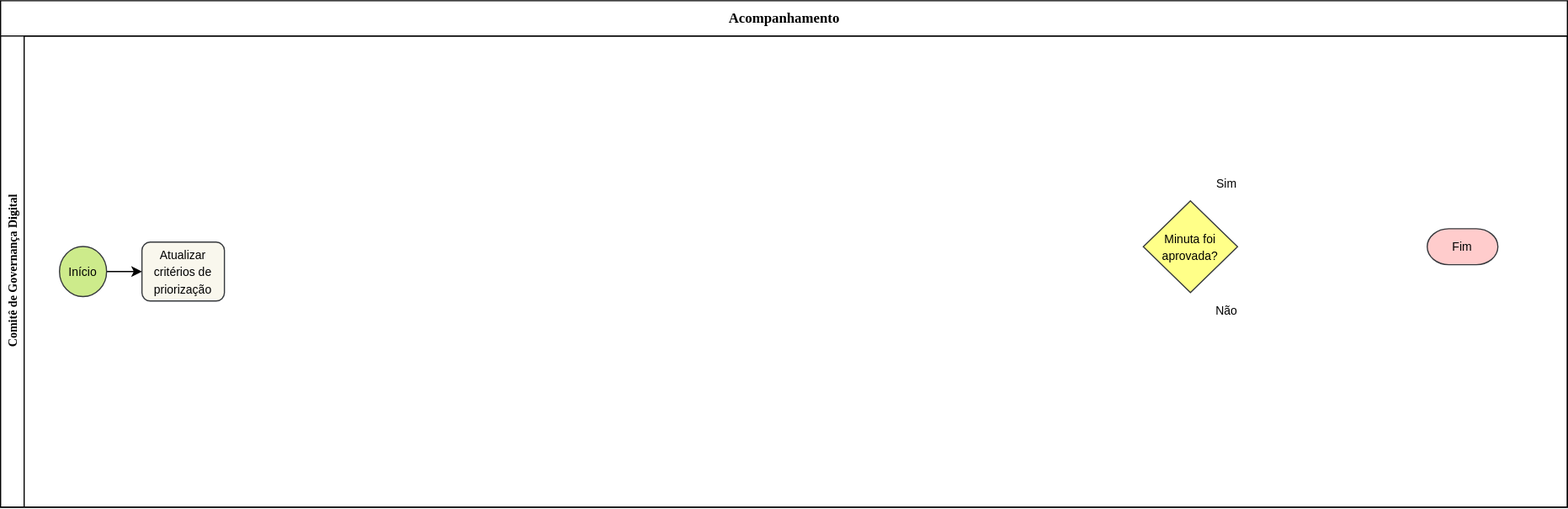
Before: fluxo_acompanhamento.drawio.svg, a diagram exported from draw.io (Bariand/diagramas-gestao-ufpel). Source tidied: cells renumbered, new cells last; positions are measured from the earlier drawing's top-left corner, leaving out a move shared by most shapes.
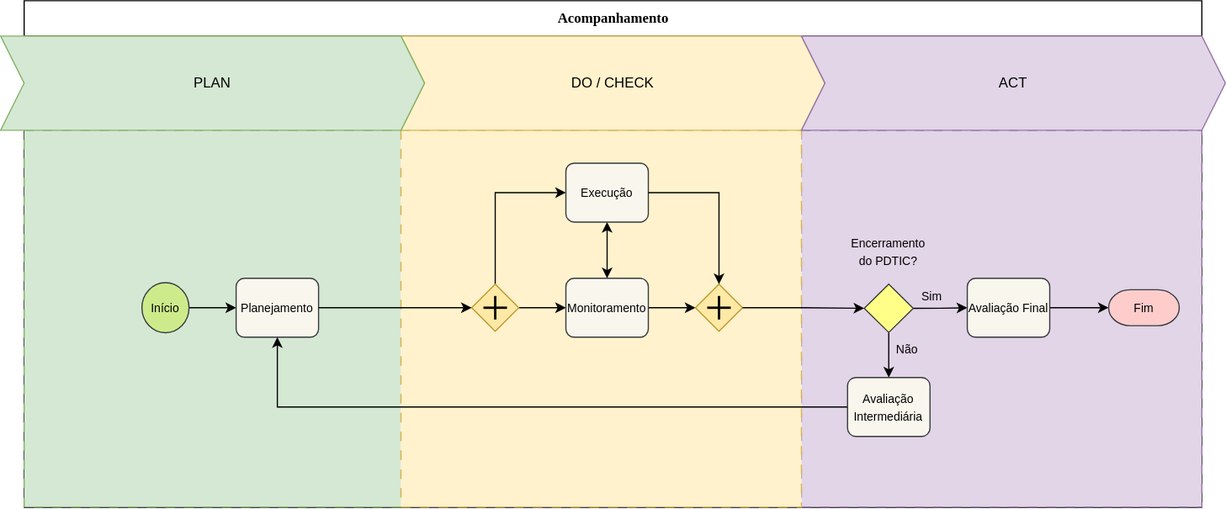
Above is the later version.

Diff of the diagram source:
```diff
@@ -2,12 +2,21 @@
   <root>
     <mxCell id="0" />
     <mxCell id="1" parent="0" />
-    <mxCell id="2" value="&lt;font style=&quot;font-size: 12px;&quot;&gt;Acompanhamento&lt;/font&gt;" style="swimlane;html=1;horizontal=1;startSize=30;rounded=0;shadow=0;labelBackgroundColor=none;strokeWidth=1;fontFamily=Verdana;fontSize=7;align=center;swimlaneLine=1;glass=0;swimlaneHead=1;swimlaneBody=1;fillColor=light-dark(#FFFFFF,#FFFFFF);strokeColor=light-dark(#000000,#000000);fontColor=light-dark(#000000,#000000);" parent="1" vertex="1">
-      <mxGeometry width="1330" height="430" as="geometry" />
+    <mxCell id="2" value="&lt;font style=&quot;font-size: 12px;&quot;&gt;Acompanhamento&lt;/font&gt;" style="swimlane;html=1;horizontal=1;startSize=30;rounded=0;shadow=0;labelBackgroundColor=none;strokeWidth=1;fontFamily=Verdana;fontSize=7;align=center;swimlaneLine=1;glass=0;swimlaneHead=1;swimlaneBody=1;fillColor=none;strokeColor=light-dark(#000000,#000000);fontColor=light-dark(#000000,#000000);" parent="1" vertex="1">
+      <mxGeometry width="1000" height="430" as="geometry" />
     </mxCell>
-    <mxCell id="3" value="&lt;font style=&quot;font-size: 10px;&quot;&gt;Comitê de Governança Digital&lt;/font&gt;" style="swimlane;html=1;startSize=20;horizontal=0;fontFamily=Verdana;fontSize=7;strokeWidth=1;fillColor=light-dark(#FFFFFF,#FFFFFF);strokeColor=light-dark(#000000,#000000);swimlaneLine=1;shadow=0;fontColor=light-dark(#000000,#000000);" parent="1" vertex="1">
-      <mxGeometry y="30" width="1330" height="400" as="geometry" />
+    <mxCell id="3" style="swimlane;html=1;startSize=0;horizontal=0;fontFamily=Verdana;fontSize=7;strokeWidth=1;fillColor=light-dark(#FFFFFF,#FFFFFF);strokeColor=light-dark(#000000,#000000);swimlaneLine=1;shadow=0;fontColor=light-dark(#000000,#000000);direction=east;" parent="1" vertex="1">
+      <mxGeometry y="30" width="1000" height="400" as="geometry" />
     </mxCell>
+    <mxCell id="12" style="rounded=0;whiteSpace=wrap;html=1;fillColor=#e1d5e7;dashed=1;dashPattern=8 8;strokeColor=#9673a6;" parent="3" vertex="1">
+      <mxGeometry x="660" y="80" width="340" height="320" as="geometry" />
+    </mxCell>
+    <mxCell id="13" style="rounded=0;whiteSpace=wrap;html=1;fillColor=#d5e8d4;dashed=1;dashPattern=8 8;strokeColor=#82b366;" parent="3" vertex="1">
+      <mxGeometry y="80" width="320" height="320" as="geometry" />
+    </mxCell>
+    <mxCell id="14" style="rounded=0;whiteSpace=wrap;html=1;fillColor=#fff2cc;dashed=1;dashPattern=8 8;strokeColor=#d6b656;" parent="3" vertex="1">
+      <mxGeometry x="320" y="80" width="340" height="320" as="geometry" />
+    </mxCell>
     <mxCell id="4" style="edgeStyle=orthogonalEdgeStyle;rounded=0;orthogonalLoop=1;jettySize=auto;html=1;exitX=1;exitY=0.5;exitDx=0;exitDy=0;entryX=0;entryY=0.5;entryDx=0;entryDy=0;" parent="3" edge="1">
       <mxGeometry relative="1" as="geometry">
         <mxPoint x="1000" y="81.4" as="sourcePoint" />
@@ -17,22 +26,112 @@
       <mxGeometry relative="1" as="geometry" />
     </mxCell>
     <mxCell id="6" value="&lt;font style=&quot;font-size: 10px;&quot;&gt;Início&lt;/font&gt;" style="strokeWidth=1;html=1;shape=mxgraph.flowchart.start_2;whiteSpace=wrap;fillColor=#cdeb8b;strokeColor=#36393d;swimlaneLine=1;shadow=0;" parent="3" vertex="1">
-      <mxGeometry x="50" y="178.8" width="40" height="42.5" as="geometry" />
+      <mxGeometry x="100" y="209.5" width="40" height="42.5" as="geometry" />
     </mxCell>
-    <mxCell id="7" value="&lt;font style=&quot;font-size: 10px;&quot;&gt;Atualizar critérios de priorização&lt;/font&gt;" style="rounded=1;whiteSpace=wrap;html=1;absoluteArcSize=1;arcSize=14;strokeWidth=1;fillColor=#f9f7ed;strokeColor=#36393d;swimlaneLine=1;shadow=0;" parent="3" vertex="1">
-      <mxGeometry x="120" y="175" width="70" height="50" as="geometry" />
+    <mxCell id="7" value="&lt;font style=&quot;font-size: 10px;&quot;&gt;Planejamento&lt;/font&gt;" style="rounded=1;whiteSpace=wrap;html=1;absoluteArcSize=1;arcSize=14;strokeWidth=1;fillColor=#f9f7ed;strokeColor=#36393d;swimlaneLine=1;shadow=0;" parent="3" vertex="1">
+      <mxGeometry x="180" y="205.7" width="70" height="50" as="geometry" />
     </mxCell>
+    <mxCell id="15" style="edgeStyle=orthogonalEdgeStyle;rounded=0;jettySize=auto;html=1;exitX=1;exitY=0.5;exitDx=0;exitDy=0;exitPerimeter=0;entryX=0;entryY=0.5;entryDx=0;entryDy=0;" parent="3" edge="1" source="8" target="34">
+      <mxGeometry relative="1" as="geometry" />
+    </mxCell>
+    <mxCell id="16" style="edgeStyle=orthogonalEdgeStyle;rounded=0;jettySize=auto;html=1;exitX=0.5;exitY=1;exitDx=0;exitDy=0;exitPerimeter=0;entryX=0.5;entryY=0;entryDx=0;entryDy=0;" parent="3" edge="1" source="8" target="32">
+      <mxGeometry relative="1" as="geometry" />
+    </mxCell>
-    <mxCell id="8" value="&lt;font style=&quot;font-size: 10px;&quot;&gt;Minuta foi aprovada?&lt;/font&gt;" style="strokeWidth=1;html=1;shape=mxgraph.flowchart.decision;whiteSpace=wrap;fillColor=#ffff88;strokeColor=#36393d;swimlaneLine=1;shadow=0;" parent="3" vertex="1">
-      <mxGeometry x="970" y="140" width="80" height="77.8" as="geometry" />
+    <mxCell id="8" style="strokeWidth=1;html=1;shape=mxgraph.flowchart.decision;whiteSpace=wrap;fillColor=#ffff88;strokeColor=#36393d;swimlaneLine=1;shadow=0;" parent="3" vertex="1">
+      <mxGeometry x="713.3" y="210.7" width="41.7" height="41" as="geometry" />
     </mxCell>
+    <mxCell id="11" value="&lt;font style=&quot;font-size: 10px;&quot;&gt;Fim&lt;/font&gt;" style="strokeWidth=1;html=1;shape=mxgraph.flowchart.terminator;whiteSpace=wrap;fillColor=#ffcccc;strokeColor=#36393d;swimlaneLine=1;shadow=0;" parent="3" vertex="1">
+      <mxGeometry x="920.8" y="215.4" width="60" height="30.5" as="geometry" />
+    </mxCell>
+    <mxCell id="17" style="edgeStyle=orthogonalEdgeStyle;rounded=0;jettySize=auto;html=1;" parent="3" edge="1" source="20" target="27">
+      <mxGeometry relative="1" as="geometry" />
+    </mxCell>
+    <mxCell id="18" style="edgeStyle=orthogonalEdgeStyle;rounded=0;orthogonalLoop=1;jettySize=auto;html=1;exitX=0.5;exitY=0;exitDx=0;exitDy=0;entryX=0.5;entryY=0;entryDx=0;entryDy=0;" parent="3" edge="1" source="20" target="20">
+      <mxGeometry relative="1" as="geometry" />
+    </mxCell>
+    <mxCell id="19" style="edgeStyle=orthogonalEdgeStyle;rounded=0;jettySize=auto;html=1;startArrow=classic;startFill=1;" parent="3" edge="1" source="20" target="21">
+      <mxGeometry relative="1" as="geometry" />
+    </mxCell>
+    <mxCell id="20" value="&lt;font style=&quot;font-size: 10px;&quot;&gt;Monitoramento&lt;/font&gt;" style="rounded=1;whiteSpace=wrap;html=1;absoluteArcSize=1;arcSize=14;strokeWidth=1;fillColor=#f9f7ed;strokeColor=#36393d;swimlaneLine=1;shadow=0;" parent="3" vertex="1">
+      <mxGeometry x="460" y="205.7" width="70" height="50" as="geometry" />
+    </mxCell>
+    <mxCell id="21" value="&lt;font style=&quot;font-size: 10px;&quot;&gt;Execução&lt;/font&gt;" style="rounded=1;whiteSpace=wrap;html=1;absoluteArcSize=1;arcSize=14;strokeWidth=1;fillColor=#f9f7ed;strokeColor=#36393d;swimlaneLine=1;shadow=0;" parent="3" vertex="1">
+      <mxGeometry x="460" y="108" width="70" height="50" as="geometry" />
+    </mxCell>
+    <mxCell id="22" style="edgeStyle=orthogonalEdgeStyle;rounded=0;jettySize=auto;html=1;" parent="3" edge="1" source="24" target="20">
+      <mxGeometry relative="1" as="geometry" />
+    </mxCell>
+    <mxCell id="23" style="edgeStyle=orthogonalEdgeStyle;rounded=0;jettySize=auto;html=1;exitX=0.5;exitY=0;exitDx=0;exitDy=0;exitPerimeter=0;entryX=0;entryY=0.5;entryDx=0;entryDy=0;" parent="3" edge="1" source="24" target="21">
+      <mxGeometry relative="1" as="geometry" />
+    </mxCell>
+    <mxCell id="24" style="strokeWidth=1;html=1;shape=mxgraph.flowchart.decision;whiteSpace=wrap;fillColor=light-dark(#ffe9a6, #281d00);strokeColor=light-dark(#bc992e, #6d5100);" parent="3" vertex="1">
+      <mxGeometry x="380" y="210.7" width="40" height="40" as="geometry" />
+    </mxCell>
+    <mxCell id="25" style="endArrow=none;html=1;rounded=0;strokeWidth=2;" parent="3" edge="1">
+      <mxGeometry relative="1" as="geometry">
+        <mxPoint x="400" y="240.7" as="sourcePoint" />
+        <mxPoint x="400" y="220.7" as="targetPoint" />
+      </mxGeometry>
+    </mxCell>
+    <mxCell id="26" style="endArrow=none;html=1;rounded=0;strokeWidth=2;" parent="3" edge="1">
+      <mxGeometry relative="1" as="geometry">
+        <mxPoint x="390" y="230.7" as="sourcePoint" />
+        <mxPoint x="410" y="230.7" as="targetPoint" />
+      </mxGeometry>
+    </mxCell>
+    <mxCell id="27" style="strokeWidth=1;html=1;shape=mxgraph.flowchart.decision;whiteSpace=wrap;fillColor=light-dark(#ffe9a6, #281d00);strokeColor=light-dark(#bc992e, #6d5100);" parent="3" vertex="1">
+      <mxGeometry x="570" y="210.7" width="40" height="40" as="geometry" />
+    </mxCell>
+    <mxCell id="28" style="endArrow=none;html=1;rounded=0;strokeWidth=2;" parent="3" edge="1">
+      <mxGeometry relative="1" as="geometry">
+        <mxPoint x="590" y="240.7" as="sourcePoint" />
+        <mxPoint x="590" y="220.7" as="targetPoint" />
+      </mxGeometry>
+    </mxCell>
+    <mxCell id="29" style="endArrow=none;html=1;rounded=0;strokeWidth=2;" parent="3" edge="1">
+      <mxGeometry relative="1" as="geometry">
+        <mxPoint x="580" y="230.7" as="sourcePoint" />
+        <mxPoint x="600" y="230.7" as="targetPoint" />
+      </mxGeometry>
+    </mxCell>
+    <mxCell id="30" value="&lt;font style=&quot;font-size: 10px;&quot;&gt;Encerramento do PDTIC?&lt;/font&gt;" style="text;html=1;align=center;verticalAlign=middle;whiteSpace=wrap;rounded=0;" parent="3" vertex="1">
+      <mxGeometry x="704.2" y="167.9" width="60" height="30" as="geometry" />
+    </mxCell>
+    <mxCell id="31" style="edgeStyle=orthogonalEdgeStyle;rounded=0;jettySize=auto;html=1;exitX=0;exitY=0.5;exitDx=0;exitDy=0;entryX=0.5;entryY=1;entryDx=0;entryDy=0;" parent="3" edge="1" source="32" target="7">
+      <mxGeometry relative="1" as="geometry" />
+    </mxCell>
+    <mxCell id="32" value="&lt;font style=&quot;font-size: 10px;&quot;&gt;Avaliação Intermediária&lt;/font&gt;" style="rounded=1;whiteSpace=wrap;html=1;absoluteArcSize=1;arcSize=14;strokeWidth=1;fillColor=#f9f7ed;strokeColor=#36393d;swimlaneLine=1;shadow=0;" parent="3" vertex="1">
+      <mxGeometry x="699.2" y="290" width="70" height="50" as="geometry" />
+    </mxCell>
+    <mxCell id="33" style="edgeStyle=orthogonalEdgeStyle;rounded=0;jettySize=auto;html=1;" parent="3" edge="1" source="34" target="11">
+      <mxGeometry relative="1" as="geometry" />
+    </mxCell>
+    <mxCell id="34" value="&lt;font style=&quot;font-size: 10px;&quot;&gt;Avaliação Final&lt;/font&gt;" style="rounded=1;whiteSpace=wrap;html=1;absoluteArcSize=1;arcSize=14;strokeWidth=1;fillColor=#f9f7ed;strokeColor=#36393d;swimlaneLine=1;shadow=0;" parent="3" vertex="1">
+      <mxGeometry x="800.8" y="205.7" width="70" height="50" as="geometry" />
+    </mxCell>
+    <mxCell id="35" style="edgeStyle=orthogonalEdgeStyle;rounded=0;jettySize=auto;html=1;entryX=0;entryY=0.5;entryDx=0;entryDy=0;entryPerimeter=0;" parent="3" edge="1" source="7" target="24">
+      <mxGeometry relative="1" as="geometry" />
+    </mxCell>
+    <mxCell id="36" style="edgeStyle=orthogonalEdgeStyle;rounded=0;jettySize=auto;html=1;exitX=1;exitY=0.5;exitDx=0;exitDy=0;exitPerimeter=0;entryX=0;entryY=0.5;entryDx=0;entryDy=0;entryPerimeter=0;" parent="3" edge="1" source="27" target="8">
+      <mxGeometry relative="1" as="geometry" />
+    </mxCell>
+    <mxCell id="37" style="edgeStyle=orthogonalEdgeStyle;rounded=0;jettySize=auto;html=1;exitX=1;exitY=0.5;exitDx=0;exitDy=0;entryX=0.5;entryY=0;entryDx=0;entryDy=0;entryPerimeter=0;" parent="3" edge="1" source="21" target="27">
+      <mxGeometry relative="1" as="geometry" />
+    </mxCell>
+    <mxCell id="10" value="&lt;font style=&quot;font-size: 10px;&quot;&gt;Não&lt;/font&gt;" style="text;html=1;align=center;verticalAlign=middle;whiteSpace=wrap;rounded=0;" parent="3" vertex="1">
+      <mxGeometry x="720" y="250.7" width="60" height="30" as="geometry" />
+    </mxCell>
-    <mxCell id="9" value="&lt;font style=&quot;color: light-dark(rgb(0, 0, 0), rgb(0, 0, 0)); font-size: 10px;&quot;&gt;Sim&lt;/font&gt;" style="text;html=1;align=center;verticalAlign=middle;whiteSpace=wrap;rounded=0;" parent="3" vertex="1">
-      <mxGeometry x="1011" y="110" width="60" height="30" as="geometry" />
+    <mxCell id="9" value="&lt;font style=&quot;font-size: 10px;&quot;&gt;Sim&lt;/font&gt;" style="text;html=1;align=center;verticalAlign=middle;whiteSpace=wrap;rounded=0;" parent="3" vertex="1">
+      <mxGeometry x="740.8" y="205.7" width="60" height="30" as="geometry" />
     </mxCell>
-    <mxCell id="10" value="&lt;font style=&quot;color: light-dark(rgb(0, 0, 0), rgb(0, 0, 0)); font-size: 10px;&quot;&gt;Não&lt;/font&gt;" style="text;html=1;align=center;verticalAlign=middle;whiteSpace=wrap;rounded=0;" parent="3" vertex="1">
-      <mxGeometry x="1011" y="217.8" width="60" height="30" as="geometry" />
-    </mxCell>
-    <mxCell id="11" value="&lt;font style=&quot;font-size: 10px;&quot;&gt;Fim&lt;/font&gt;" style="strokeWidth=1;html=1;shape=mxgraph.flowchart.terminator;whiteSpace=wrap;fillColor=#ffcccc;strokeColor=#36393d;swimlaneLine=1;shadow=0;" parent="3" vertex="1">
-      <mxGeometry x="1211" y="163.6" width="60" height="30.5" as="geometry" />
-    </mxCell>
+    <mxCell id="38" value="DO / CHECK" style="shape=step;perimeter=stepPerimeter;whiteSpace=wrap;html=1;fixedSize=1;fillColor=#fff2cc;strokeColor=#d6b656;" parent="3" vertex="1">
+      <mxGeometry x="320" width="360" height="80" as="geometry" />
+    </mxCell>
+    <mxCell id="39" value="ACT" style="shape=step;perimeter=stepPerimeter;whiteSpace=wrap;html=1;fixedSize=1;fillColor=#e1d5e7;strokeColor=#9673a6;" parent="3" vertex="1">
+      <mxGeometry x="660" width="360" height="80" as="geometry" />
+    </mxCell>
+    <mxCell id="40" value="PLAN" style="shape=step;perimeter=stepPerimeter;whiteSpace=wrap;html=1;fixedSize=1;fillColor=#d5e8d4;strokeColor=#82b366;" parent="3" vertex="1">
+      <mxGeometry x="-20" width="360" height="80" as="geometry" />
+    </mxCell>
   </root>
 </mxGraphModel>
```
